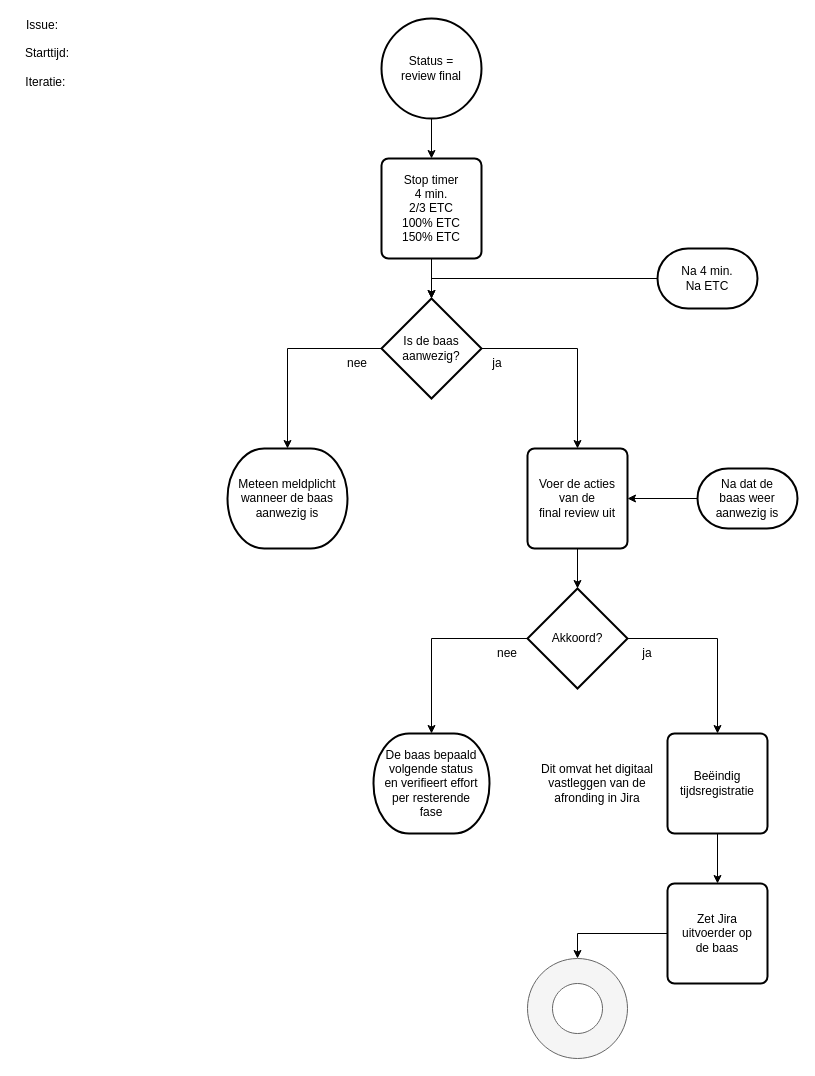
This is 10 Issue Tracker review final.drawio from Zaibatsu89/IssueTracker, a draw.io file, before an edit. Source tidied: cells renumbered, new cells numbered last; positions are measured from the earlier drawing's top-left corner, leaving out a move shared by most shapes. Both pictures are drawn from the tidied source at 100%, with x=0, y=0 at pixel (17, 18).
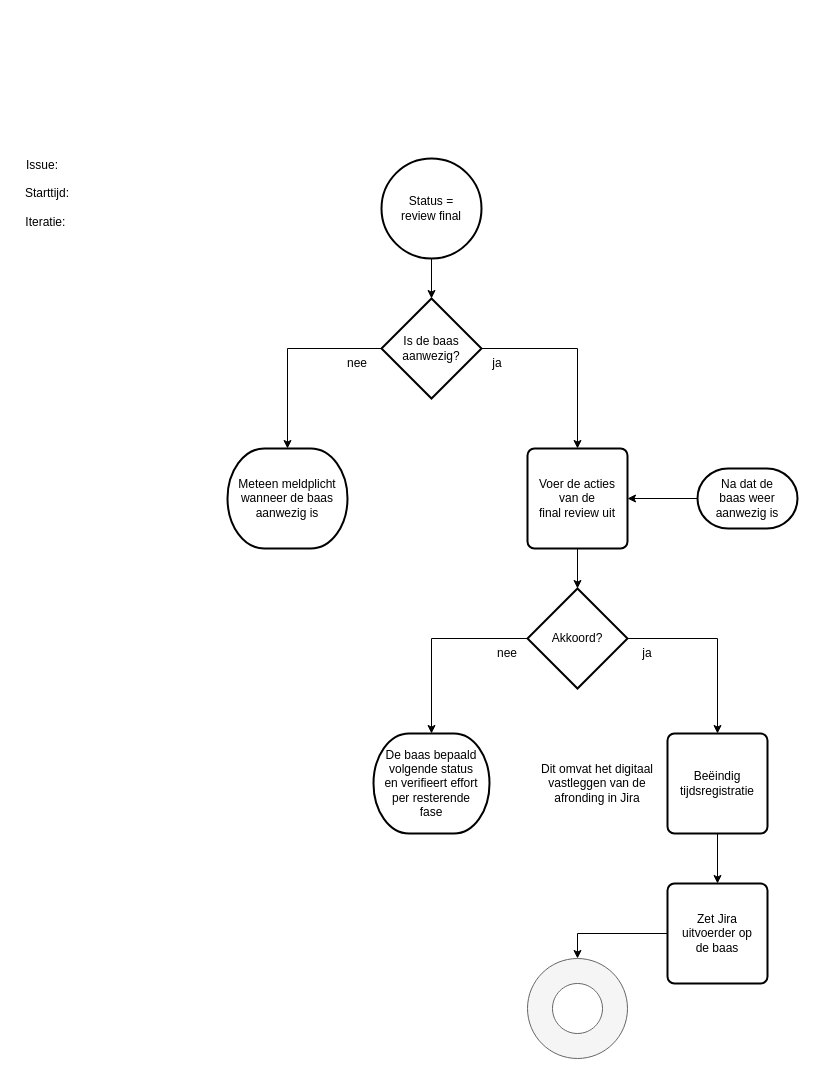
After the change.

Commit message:
stop timer verplaatsen naar test in flowchart

Unchanged cells that the change refers to:
```xml
<mxCell id="6" value="Is de baas&lt;br&gt;aanwezig?" style="strokeWidth=2;html=1;shape=mxgraph.flowchart.decision;whiteSpace=wrap;" parent="1" vertex="1">
  <mxGeometry x="364" y="280" width="100" height="100" as="geometry" />
</mxCell>
```

Diff of the diagram source:
```diff
@@
-    <mxCell id="2" style="edgeStyle=orthogonalEdgeStyle;rounded=0;jettySize=auto;html=1;" parent="1" edge="1" source="3" target="5">
+    <mxCell id="2" style="edgeStyle=orthogonalEdgeStyle;rounded=0;jettySize=auto;html=1;entryX=0.5;entryY=0;entryDx=0;entryDy=0;entryPerimeter=0;" parent="1" edge="1" source="3" target="6">
       <mxGeometry relative="1" as="geometry" />
     </mxCell>
     <mxCell id="3" value="Status =&lt;br&gt;review final" style="strokeWidth=2;html=1;shape=mxgraph.flowchart.start_2;whiteSpace=wrap;" parent="1" vertex="1">
-      <mxGeometry x="364" width="100" height="100" as="geometry" />
+      <mxGeometry x="364" y="140" width="100" height="100" as="geometry" />
     </mxCell>
-    <mxCell id="4" style="edgeStyle=orthogonalEdgeStyle;rounded=0;jettySize=auto;html=1;" parent="1" edge="1" source="5" target="6">
-      <mxGeometry relative="1" as="geometry" />
-    </mxCell>
-    <mxCell id="5" value="Stop timer&lt;br&gt;4 min.&lt;div&gt;2/3 ETC&lt;br&gt;100% ETC&lt;br&gt;150% ETC&lt;/div&gt;" style="rounded=1;whiteSpace=wrap;html=1;absoluteArcSize=1;arcSize=14;strokeWidth=2;" parent="1" vertex="1">
-      <mxGeometry x="364" y="140" width="100" height="100" as="geometry" />
-    </mxCell>
@@
-    <mxCell id="10" value="Na 4 min.&lt;br&gt;Na ETC" style="strokeWidth=2;html=1;shape=mxgraph.flowchart.terminator;whiteSpace=wrap;" parent="1" vertex="1">
-      <mxGeometry x="640" y="230" width="100" height="60" as="geometry" />
-    </mxCell>
-    <mxCell id="11" style="edgeStyle=orthogonalEdgeStyle;rounded=0;jettySize=auto;html=1;exitX=0;exitY=0.5;exitDx=0;exitDy=0;exitPerimeter=0;entryX=0.5;entryY=0;entryDx=0;entryDy=0;entryPerimeter=0;" parent="1" edge="1" source="10" target="6">
-      <mxGeometry relative="1" as="geometry" />
-    </mxCell>
@@
     <mxCell id="30" value="Issue:&amp;nbsp; &amp;nbsp;&lt;br&gt;&lt;br&gt;Starttijd:&lt;br&gt;&lt;br&gt;Iteratie:&amp;nbsp;" style="text;html=1;align=center;verticalAlign=middle;whiteSpace=wrap;rounded=0;" parent="1" vertex="1">
-      <mxGeometry y="20" width="60" height="30" as="geometry" />
+      <mxGeometry y="160" width="60" height="30" as="geometry" />
     </mxCell>
```
